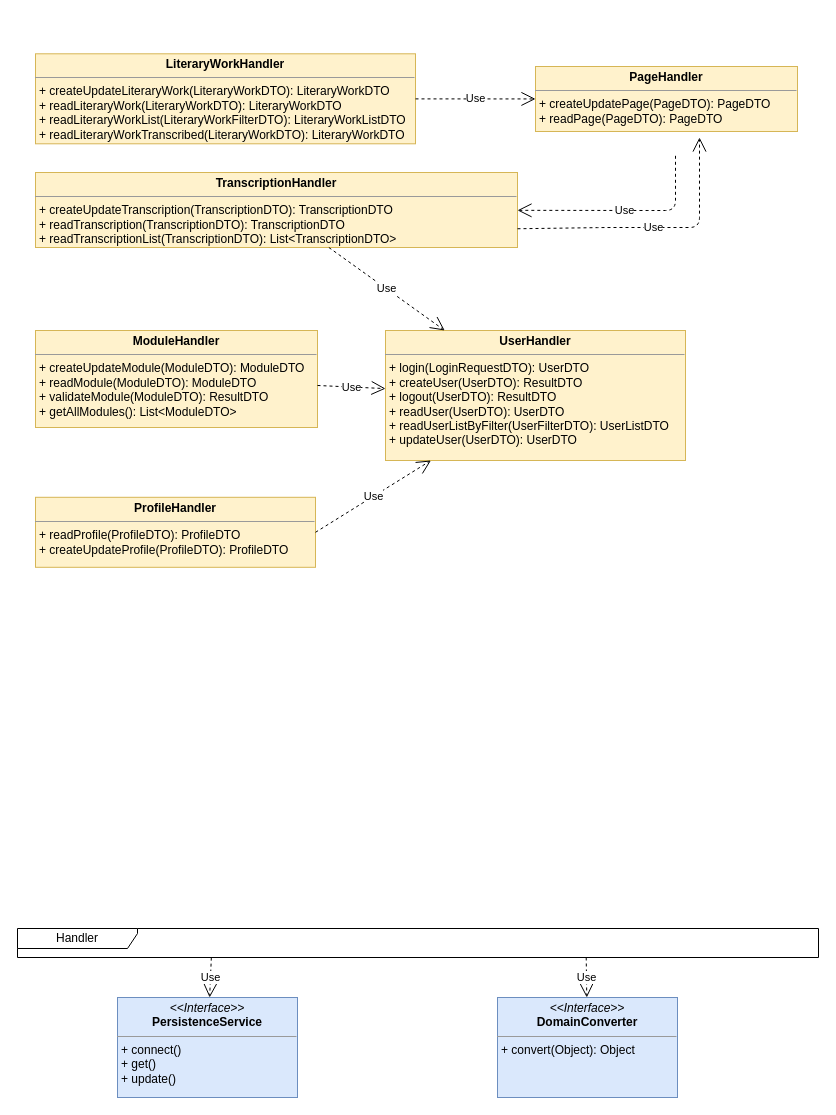
giodag/eagleLibrary keeps this draw.io diagram as doc/Models/MVC Diagrams/Handler Package Diagram.drawio. Above is the earlier version. Source tidied: cells renumbered, new cells numbered last; positions are measured from the earlier drawing's top-left corner, leaving out a move shared by most shapes. Both pictures are drawn from the tidied source at 100%, with x=0, y=0 at pixel (17, 53).
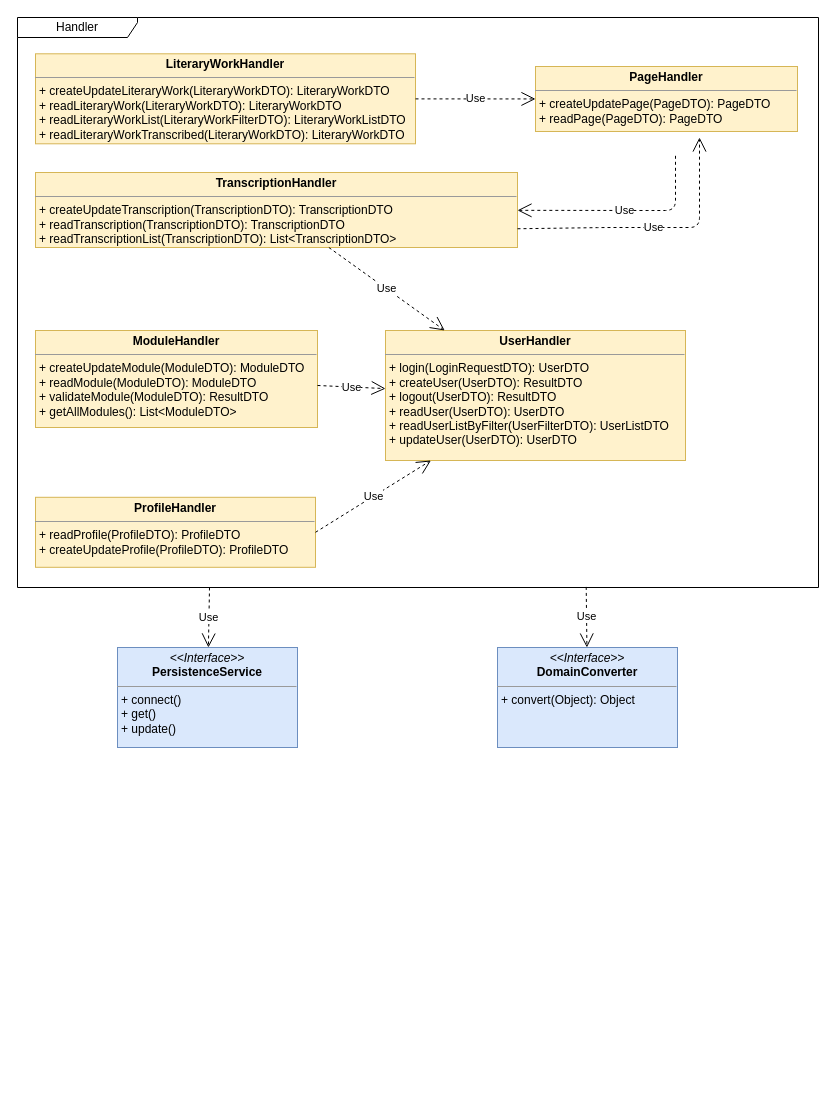
After the change.

What changed in the source:
```diff
@@
     <mxCell id="14" value="Handler" style="shape=umlFrame;whiteSpace=wrap;html=1;width=120;height=20;" parent="1" vertex="1">
-      <mxGeometry y="875" width="801" height="29" as="geometry" />
+      <mxGeometry y="-36" width="801" height="570" as="geometry" />
     </mxCell>
     <mxCell id="15" value="&lt;p style=&quot;margin: 0px ; margin-top: 4px ; text-align: center&quot;&gt;&lt;i&gt;&amp;lt;&amp;lt;Interface&amp;gt;&amp;gt;&lt;/i&gt;&lt;br&gt;&lt;b&gt;PersistenceService&lt;/b&gt;&lt;/p&gt;&lt;hr size=&quot;1&quot;&gt;&lt;p style=&quot;margin: 0px ; margin-left: 4px&quot;&gt;+ connect()&lt;br&gt;+ get()&lt;/p&gt;&lt;p style=&quot;margin: 0px ; margin-left: 4px&quot;&gt;+ update()&lt;/p&gt;" style="verticalAlign=top;align=left;overflow=fill;fontSize=12;fontFamily=Helvetica;html=1;fillColor=#dae8fc;strokeColor=#6c8ebf;" parent="1" vertex="1">
-      <mxGeometry x="100" y="944" width="180" height="100" as="geometry" />
+      <mxGeometry x="100" y="594" width="180" height="100" as="geometry" />
     </mxCell>
     <mxCell id="16" value="&lt;p style=&quot;margin: 0px ; margin-top: 4px ; text-align: center&quot;&gt;&lt;i&gt;&amp;lt;&amp;lt;Interface&amp;gt;&amp;gt;&lt;/i&gt;&lt;br&gt;&lt;b&gt;DomainConverter&lt;/b&gt;&lt;/p&gt;&lt;hr size=&quot;1&quot;&gt;&lt;p style=&quot;margin: 0px ; margin-left: 4px&quot;&gt;+ convert(Object): Object&lt;br&gt;&lt;/p&gt;" style="verticalAlign=top;align=left;overflow=fill;fontSize=12;fontFamily=Helvetica;html=1;fillColor=#dae8fc;strokeColor=#6c8ebf;" parent="1" vertex="1">
-      <mxGeometry x="480" y="944" width="180" height="100" as="geometry" />
+      <mxGeometry x="480" y="594" width="180" height="100" as="geometry" />
     </mxCell>
-    <mxCell id="17" value="Use" style="endArrow=open;endSize=12;dashed=1;html=1;exitX=0.242;exitY=1.005;exitDx=0;exitDy=0;exitPerimeter=0;" parent="1" edge="1" source="14" target="15">
-      <mxGeometry relative="1" as="geometry" />
+    <mxCell id="17" value="Use" style="endArrow=open;endSize=12;dashed=1;html=1;" parent="1" edge="1" target="15">
+      <mxGeometry relative="1" as="geometry">
+        <mxPoint x="192" y="534" as="sourcePoint" />
+      </mxGeometry>
     </mxCell>
```
